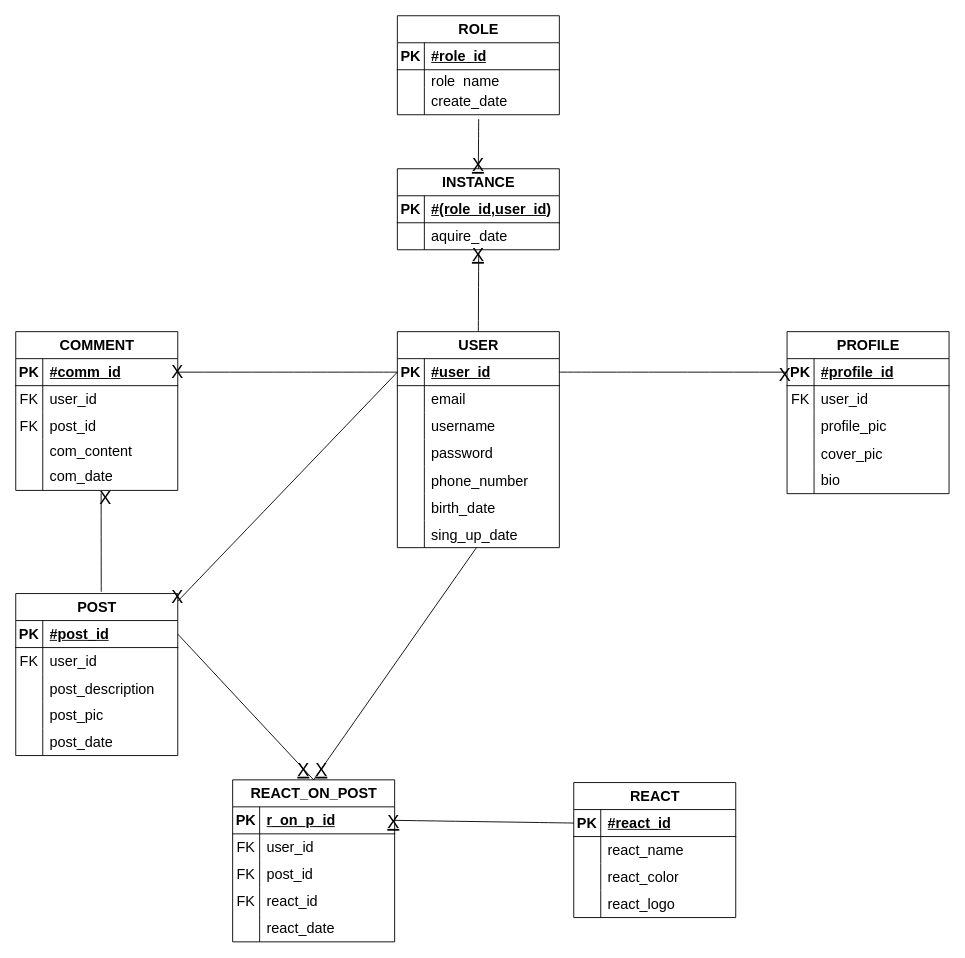
The draw.io diagram page "Conceptual diagram" (2 of 2) of Final Project/Diagrama aspnet .drawio in Matoka26/ASP.NET, before the edit. Source tidied: cells renumbered, new cells numbered last; positions are measured from the earlier drawing's top-left corner, leaving out a move shared by most shapes. Both pictures are drawn from the tidied source at 90%, with x=0, y=0 at pixel (15, 15).
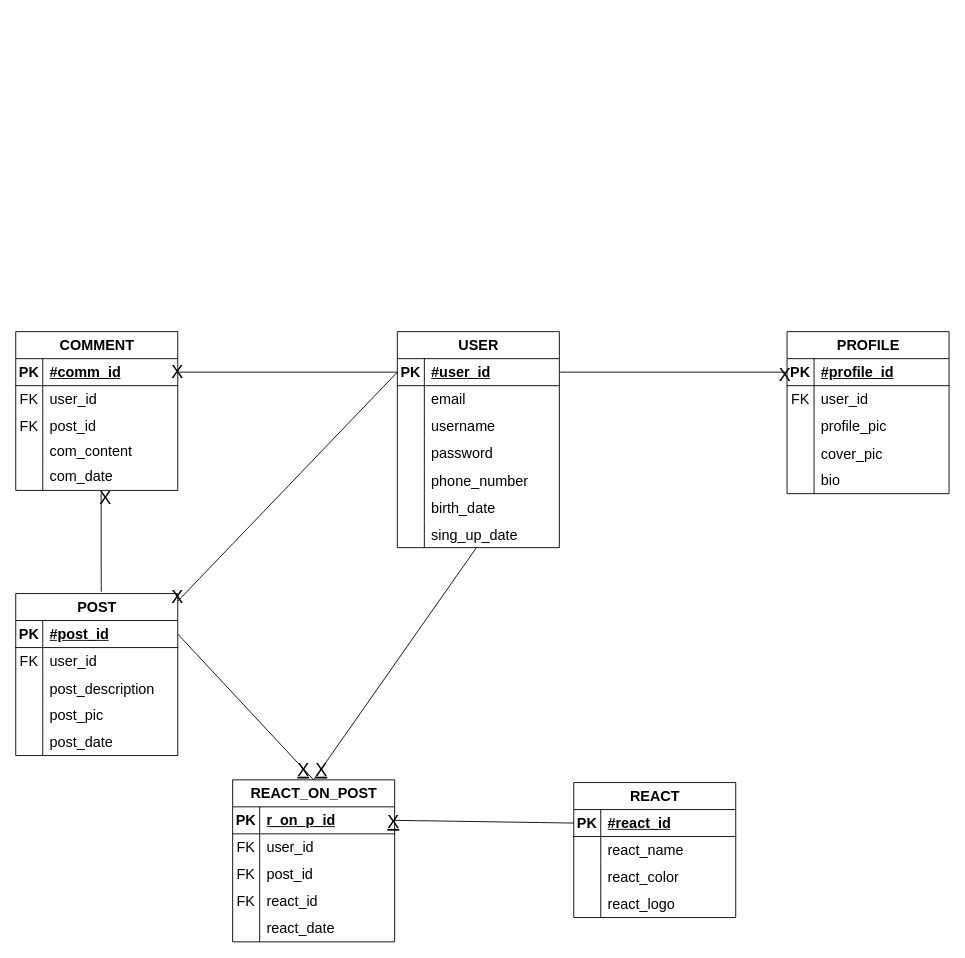
After the change.

The change refers to these unchanged cells:
```xml
<mxCell id="2" value="USER" style="shape=table;startSize=30;childLayout=tableLayout;rowLines=0;fontStyle=1;align=center;html=1;fontSize=16;" parent="1" vertex="1">
  <mxGeometry x="424" y="351" width="180" height="240" as="geometry" />
</mxCell>
```

What changed in the source:
```diff
@@
-    <mxCell id="116" value="ROLE" style="shape=table;startSize=30;childLayout=tableLayout;rowLines=0;fontStyle=1;align=center;html=1;fontSize=16;" parent="1" vertex="1">
-      <mxGeometry x="424" width="180" height="110" as="geometry" />
-    </mxCell>
-    <mxCell id="117" style="shape=tableRow;horizontal=0;startSize=0;swimlaneHead=0;swimlaneBody=0;fillColor=none;top=0;left=0;right=0;bottom=1;fontSize=16;" parent="116" vertex="1">
-      <mxGeometry y="30" width="180" height="30" as="geometry" />
-    </mxCell>
-    <mxCell id="118" value="PK" style="shape=partialRectangle;fillColor=none;top=0;left=0;bottom=0;right=0;fontStyle=1;overflow=hidden;whiteSpace=wrap;html=1;fontSize=16;" parent="117" vertex="1">
-      <mxGeometry width="30" height="30" as="geometry" />
-    </mxCell>
-    <mxCell id="119" value="#role_id" style="shape=partialRectangle;fillColor=none;top=0;left=0;bottom=0;right=0;align=left;spacingLeft=6;fontStyle=5;overflow=hidden;whiteSpace=wrap;html=1;fontSize=16;" parent="117" vertex="1">
-      <mxGeometry x="30" width="150" height="30" as="geometry" />
-    </mxCell>
-    <mxCell id="120" style="shape=tableRow;horizontal=0;startSize=0;swimlaneHead=0;swimlaneBody=0;fillColor=none;top=0;left=0;right=0;bottom=0;fontSize=16;" parent="116" vertex="1">
-      <mxGeometry y="60" width="180" height="20" as="geometry" />
-    </mxCell>
-    <mxCell id="121" style="shape=partialRectangle;fillColor=none;top=0;left=0;bottom=0;right=0;fontStyle=0;overflow=hidden;whiteSpace=wrap;html=1;fontSize=16;" parent="120" vertex="1">
-      <mxGeometry width="30" height="20" as="geometry" />
-    </mxCell>
-    <mxCell id="122" value="role_name" style="shape=partialRectangle;fillColor=none;top=0;left=0;bottom=0;right=0;align=left;spacingLeft=6;fontStyle=0;overflow=hidden;whiteSpace=wrap;html=1;fontSize=16;" parent="120" vertex="1">
-      <mxGeometry x="30" width="150" height="20" as="geometry" />
-    </mxCell>
-    <mxCell id="123" style="shape=tableRow;horizontal=0;startSize=0;swimlaneHead=0;swimlaneBody=0;fillColor=none;points=[[0,0.5],[1,0.5]];portConstraint=eastwest;top=0;left=0;right=0;bottom=0;fontSize=16;" parent="116" vertex="1">
-      <mxGeometry y="80" width="180" height="30" as="geometry" />
-    </mxCell>
-    <mxCell id="124" style="shape=partialRectangle;fillColor=none;top=0;left=0;bottom=0;right=0;overflow=hidden;whiteSpace=wrap;html=1;fontSize=16;" parent="123" vertex="1">
-      <mxGeometry width="30" height="30" as="geometry" />
-    </mxCell>
-    <mxCell id="125" value="create_date" style="shape=partialRectangle;fillColor=none;top=0;left=0;bottom=0;right=0;align=left;spacingLeft=6;overflow=hidden;whiteSpace=wrap;html=1;fontSize=16;" parent="123" vertex="1">
-      <mxGeometry x="30" width="150" height="30" as="geometry" />
-    </mxCell>
-    <mxCell id="126" style="endArrow=none;html=1;rounded=0;fontSize=12;startSize=8;endSize=8;curved=1;exitX=0.5;exitY=0;exitDx=0;exitDy=0;entryX=0.502;entryY=1.125;entryDx=0;entryDy=0;entryPerimeter=0;" parent="1" edge="1" source="2" target="131">
-      <mxGeometry relative="1" as="geometry" />
-    </mxCell>
-    <mxCell id="127" value="INSTANCE" style="shape=table;startSize=30;childLayout=tableLayout;rowLines=0;fontStyle=1;align=center;html=1;fontSize=16;" parent="1" vertex="1">
-      <mxGeometry x="424" y="170" width="180" height="90" as="geometry" />
-    </mxCell>
-    <mxCell id="128" style="shape=tableRow;horizontal=0;startSize=0;swimlaneHead=0;swimlaneBody=0;fillColor=none;top=0;left=0;right=0;bottom=1;fontSize=16;" parent="127" vertex="1">
-      <mxGeometry y="30" width="180" height="30" as="geometry" />
-    </mxCell>
-    <mxCell id="129" value="PK" style="shape=partialRectangle;fillColor=none;top=0;left=0;bottom=0;right=0;fontStyle=1;overflow=hidden;whiteSpace=wrap;html=1;fontSize=16;" parent="128" vertex="1">
-      <mxGeometry width="30" height="30" as="geometry" />
-    </mxCell>
-    <mxCell id="130" value="#(role_id,user_id)" style="shape=partialRectangle;fillColor=none;top=0;left=0;bottom=0;right=0;align=left;spacingLeft=6;fontStyle=5;overflow=hidden;whiteSpace=wrap;html=1;fontSize=16;" parent="128" vertex="1">
-      <mxGeometry x="30" width="150" height="30" as="geometry" />
-    </mxCell>
-    <mxCell id="131" style="shape=tableRow;horizontal=0;startSize=0;swimlaneHead=0;swimlaneBody=0;fillColor=none;points=[[0,0.5],[1,0.5]];portConstraint=eastwest;top=0;left=0;right=0;bottom=0;fontSize=16;" parent="127" vertex="1">
-      <mxGeometry y="60" width="180" height="30" as="geometry" />
-    </mxCell>
-    <mxCell id="132" style="shape=partialRectangle;fillColor=none;top=0;left=0;bottom=0;right=0;overflow=hidden;whiteSpace=wrap;html=1;fontSize=16;" parent="131" vertex="1">
-      <mxGeometry width="30" height="30" as="geometry" />
-    </mxCell>
-    <mxCell id="133" value="aquire_date" style="shape=partialRectangle;fillColor=none;top=0;left=0;bottom=0;right=0;align=left;spacingLeft=6;overflow=hidden;whiteSpace=wrap;html=1;fontSize=16;" parent="131" vertex="1">
-      <mxGeometry x="30" width="150" height="30" as="geometry" />
-    </mxCell>
-    <mxCell id="134" style="endArrow=none;html=1;rounded=0;fontSize=12;startSize=8;endSize=8;curved=1;exitX=0.502;exitY=1.161;exitDx=0;exitDy=0;exitPerimeter=0;entryX=0.5;entryY=0;entryDx=0;entryDy=0;" parent="1" edge="1" source="123" target="127">
-      <mxGeometry relative="1" as="geometry" />
-    </mxCell>
-    <mxCell id="135" value="&lt;u&gt;X&lt;/u&gt;" style="text;html=1;strokeColor=none;fillColor=none;align=center;verticalAlign=middle;whiteSpace=wrap;rounded=0;fontSize=20;" parent="1" vertex="1">
-      <mxGeometry x="484" y="150" width="60" height="30" as="geometry" />
-    </mxCell>
-    <mxCell id="136" value="&lt;u&gt;X&lt;/u&gt;" style="text;html=1;strokeColor=none;fillColor=none;align=center;verticalAlign=middle;whiteSpace=wrap;rounded=0;fontSize=20;" parent="1" vertex="1">
-      <mxGeometry x="484" y="250" width="60" height="30" as="geometry" />
-    </mxCell>
```
